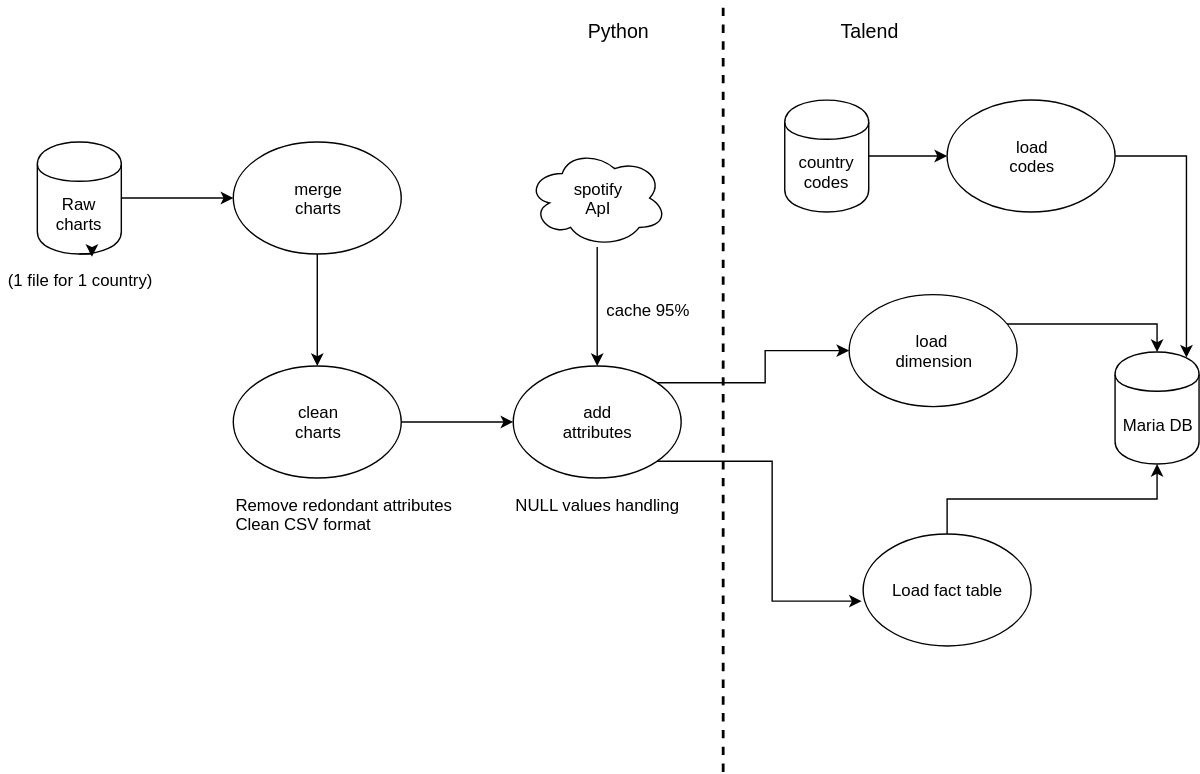
AlexChanson/DW keeps this draw.io diagram as figures/master_job.svg. Above is the earlier version. Source tidied: cells renumbered, new cells last; positions are measured from the earlier drawing's top-left corner, leaving out a move shared by most shapes.
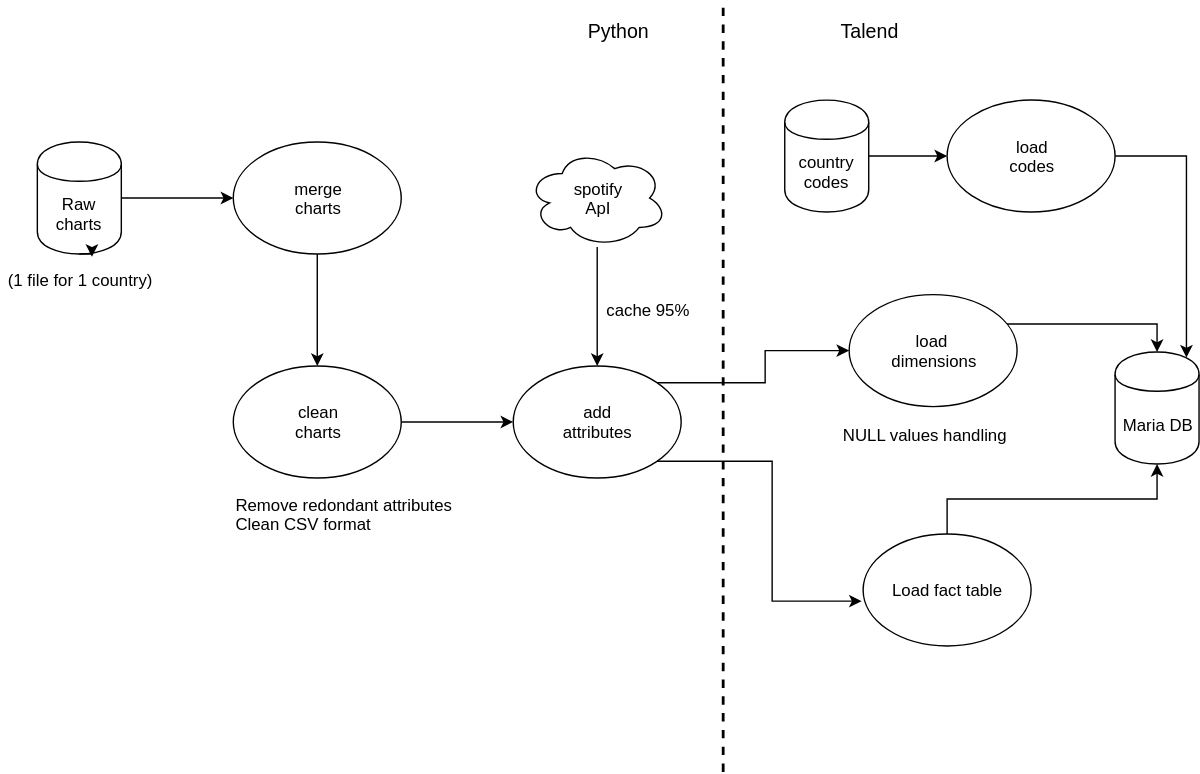
After the change.

Diff of the diagram source:
```diff
@@ -48,7 +48,7 @@
         </Array>
       </mxGeometry>
     </mxCell>
-    <mxCell id="15" value="load&amp;nbsp;&lt;br&gt;dimension" style="ellipse;whiteSpace=wrap;html=1;" parent="1" vertex="1">
+    <mxCell id="15" value="load&amp;nbsp;&lt;br&gt;dimensions" style="ellipse;whiteSpace=wrap;html=1;" parent="1" vertex="1">
       <mxGeometry x="606" y="209" width="120" height="80" as="geometry" />
     </mxCell>
     <mxCell id="16" style="edgeStyle=orthogonalEdgeStyle;rounded=0;html=1;exitX=0.5;exitY=0;entryX=0.5;entryY=1;jettySize=auto;" parent="1" edge="1" source="17" target="18">
@@ -67,7 +67,7 @@
       <mxGeometry relative="1" as="geometry" />
     </mxCell>
     <mxCell id="21" value="NULL values handling&lt;br&gt;" style="text;html=1;align=left;verticalAlign=top;spacingTop=-4;" parent="1" vertex="1">
-      <mxGeometry x="366" y="350" width="140" height="20" as="geometry" />
+      <mxGeometry x="600" y="300" width="140" height="20" as="geometry" />
     </mxCell>
     <mxCell id="22" value="cache 95%" style="text;html=1;align=left;verticalAlign=top;spacingTop=-4;" parent="1" vertex="1">
       <mxGeometry x="431" y="211" width="70" height="20" as="geometry" />
```
